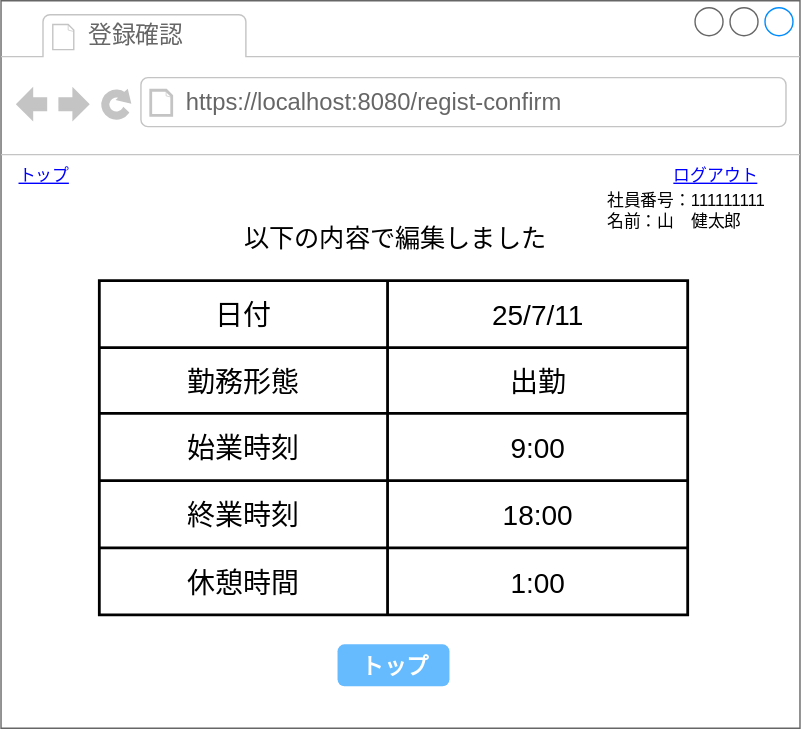
This is 基本設計/画面設計図/23_registconfirm.drawio.svg from ICT-Training-2026/team-project-15, a draw.io export, as it was before one commit. Source tidied: cells renumbered, new cells last; positions are measured from the earlier drawing's top-left corner, leaving out a move shared by most shapes.
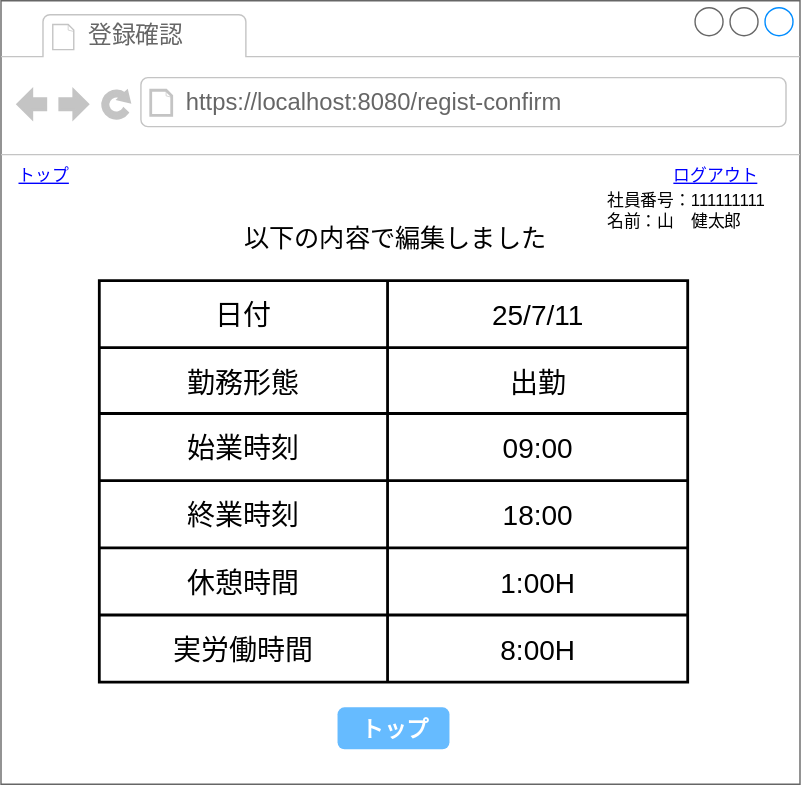
After the change.

Diff of the diagram source:
```diff
@@ -3,7 +3,7 @@
     <mxCell id="0" />
     <mxCell id="1" parent="0" />
     <mxCell id="2" style="strokeWidth=1;shadow=0;dashed=0;align=center;html=1;shape=mxgraph.mockup.containers.browserWindow;rSize=0;strokeColor=#666666;strokeColor2=#008cff;strokeColor3=#c4c4c4;mainText=,;" parent="1" vertex="1">
-      <mxGeometry width="571" height="520" as="geometry" />
+      <mxGeometry width="571" height="560" as="geometry" />
     </mxCell>
     <mxCell id="3" value="登録確認" style="strokeWidth=1;shadow=0;dashed=0;align=center;html=1;shape=mxgraph.mockup.containers.anchor;fontSize=17;fontColor=#666666;align=left;whiteSpace=wrap;" parent="2" vertex="1">
       <mxGeometry x="60" y="12" width="110" height="26" as="geometry" />
@@ -24,7 +24,7 @@
       <mxGeometry x="431" y="130" width="140" height="40" as="geometry" />
     </mxCell>
     <mxCell id="9" style="shape=table;html=1;whiteSpace=wrap;startSize=0;strokeWidth=2;" parent="2" vertex="1">
-      <mxGeometry x="70.2" y="200" width="420.5" height="239" as="geometry" />
+      <mxGeometry x="70.2" y="200" width="420.5" height="287" as="geometry" />
     </mxCell>
     <mxCell id="10" style="shape=tableRow;horizontal=0;startSize=0;swimlaneHead=0;swimlaneBody=0;top=0;left=0;bottom=0;right=0;fillColor=none;" parent="9" vertex="1">
       <mxGeometry width="420.5" height="48" as="geometry" />
@@ -50,7 +50,7 @@
     <mxCell id="17" value="&lt;font style=&quot;font-size: 20px;&quot;&gt;始業時刻&lt;/font&gt;" style="shape=partialRectangle;html=1;whiteSpace=wrap;fillColor=none;top=0;left=0;bottom=0;right=0;overflow=hidden;" parent="16" vertex="1">
       <mxGeometry width="206" height="48" as="geometry" />
     </mxCell>
-    <mxCell id="18" value="&lt;font style=&quot;font-size: 20px;&quot;&gt;9:00&lt;/font&gt;" style="shape=partialRectangle;html=1;whiteSpace=wrap;fillColor=none;top=0;left=0;bottom=0;right=0;overflow=hidden;" parent="16" vertex="1">
+    <mxCell id="18" value="&lt;font style=&quot;font-size: 20px;&quot;&gt;09:00&lt;/font&gt;" style="shape=partialRectangle;html=1;whiteSpace=wrap;fillColor=none;top=0;left=0;bottom=0;right=0;overflow=hidden;" parent="16" vertex="1">
       <mxGeometry x="206" width="215" height="48" as="geometry" />
     </mxCell>
     <mxCell id="19" style="shape=tableRow;horizontal=0;startSize=0;swimlaneHead=0;swimlaneBody=0;top=0;left=0;bottom=0;right=0;fillColor=none;" parent="9" vertex="1">
@@ -68,11 +68,20 @@
     <mxCell id="23" value="&lt;font style=&quot;font-size: 20px;&quot;&gt;休憩時間&lt;/font&gt;" style="shape=partialRectangle;html=1;whiteSpace=wrap;fillColor=none;top=0;left=0;bottom=0;right=0;overflow=hidden;" parent="22" vertex="1">
       <mxGeometry width="206" height="48" as="geometry" />
     </mxCell>
-    <mxCell id="24" value="&lt;font style=&quot;font-size: 20px;&quot;&gt;1:00&lt;/font&gt;" style="shape=partialRectangle;html=1;whiteSpace=wrap;fillColor=none;top=0;left=0;bottom=0;right=0;overflow=hidden;" parent="22" vertex="1">
+    <mxCell id="24" value="&lt;font style=&quot;font-size: 20px;&quot;&gt;1:00H&lt;/font&gt;" style="shape=partialRectangle;html=1;whiteSpace=wrap;fillColor=none;top=0;left=0;bottom=0;right=0;overflow=hidden;" parent="22" vertex="1">
       <mxGeometry x="206" width="215" height="48" as="geometry" />
     </mxCell>
+    <mxCell id="26" style="shape=tableRow;horizontal=0;startSize=0;swimlaneHead=0;swimlaneBody=0;top=0;left=0;bottom=0;right=0;fillColor=none;" parent="9" vertex="1">
+      <mxGeometry y="239" width="420.5" height="48" as="geometry" />
+    </mxCell>
+    <mxCell id="27" value="&lt;font style=&quot;font-size: 20px;&quot;&gt;実労働時間&lt;/font&gt;" style="shape=partialRectangle;html=1;whiteSpace=wrap;fillColor=none;top=0;left=0;bottom=0;right=0;overflow=hidden;" parent="26" vertex="1">
+      <mxGeometry width="206" height="48" as="geometry" />
+    </mxCell>
+    <mxCell id="28" value="&lt;font style=&quot;font-size: 20px;&quot;&gt;8:00H&lt;/font&gt;" style="shape=partialRectangle;html=1;whiteSpace=wrap;fillColor=none;top=0;left=0;bottom=0;right=0;overflow=hidden;" parent="26" vertex="1">
+      <mxGeometry x="206" width="215" height="48" as="geometry" />
+    </mxCell>
     <mxCell id="25" value="トップ" style="strokeWidth=1;shadow=0;dashed=0;align=center;html=1;shape=mxgraph.mockup.forms.rrect;rSize=5;strokeColor=none;fontColor=#ffffff;fillColor=#66bbff;fontSize=16;fontStyle=1;" parent="2" vertex="1">
-      <mxGeometry x="240.5" y="460" width="80" height="30" as="geometry" />
+      <mxGeometry x="240.5" y="505" width="80" height="30" as="geometry" />
     </mxCell>
   </root>
 </mxGraphModel>
```
